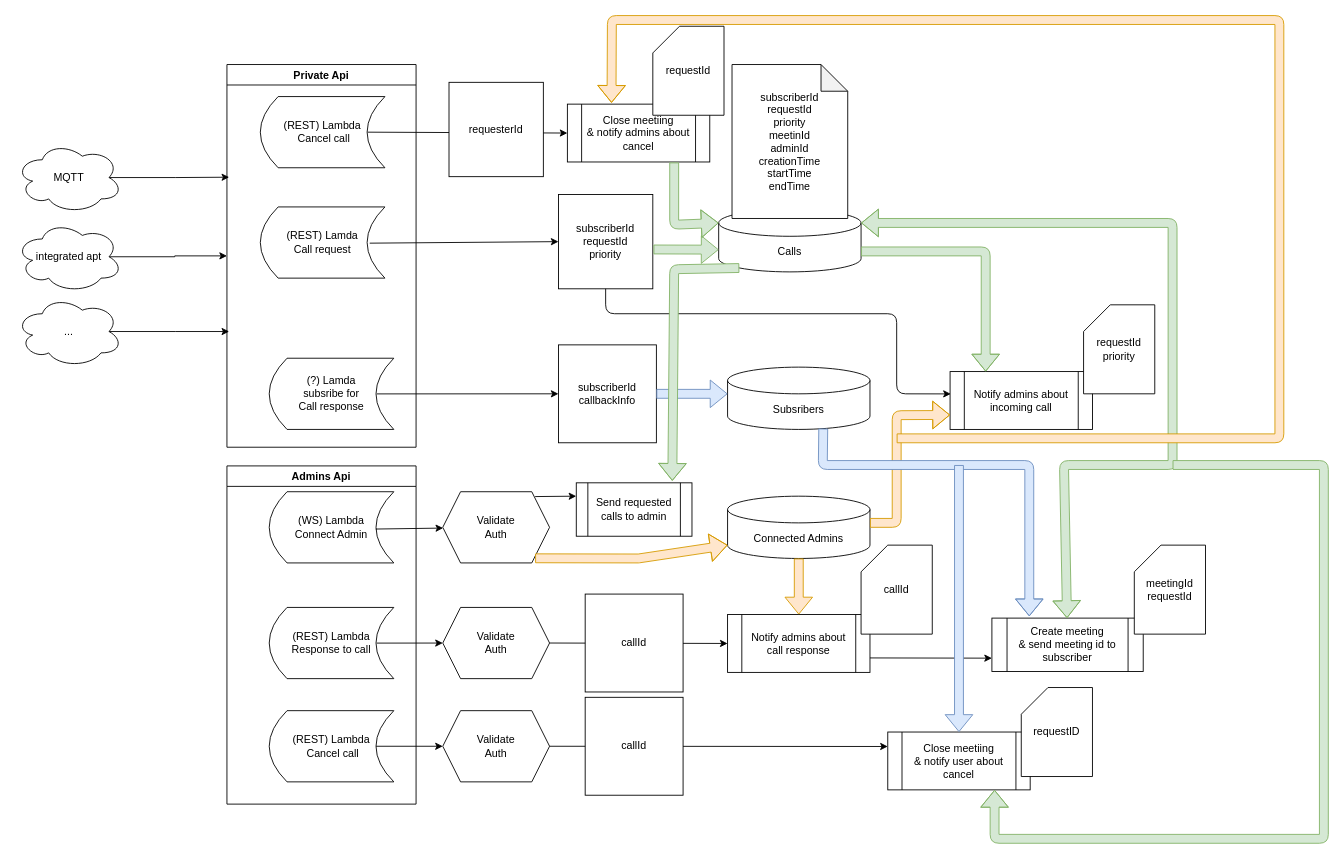
Earlier version of the draw.io diagram CallArchitecture.drawio (magistrser/drawio). Source tidied: cells renumbered, new cells numbered last; positions are measured from the earlier drawing's top-left corner, leaving out a move shared by most shapes. Both pictures are drawn from the tidied source at 89%, with x=0, y=0 at pixel (15, 20).
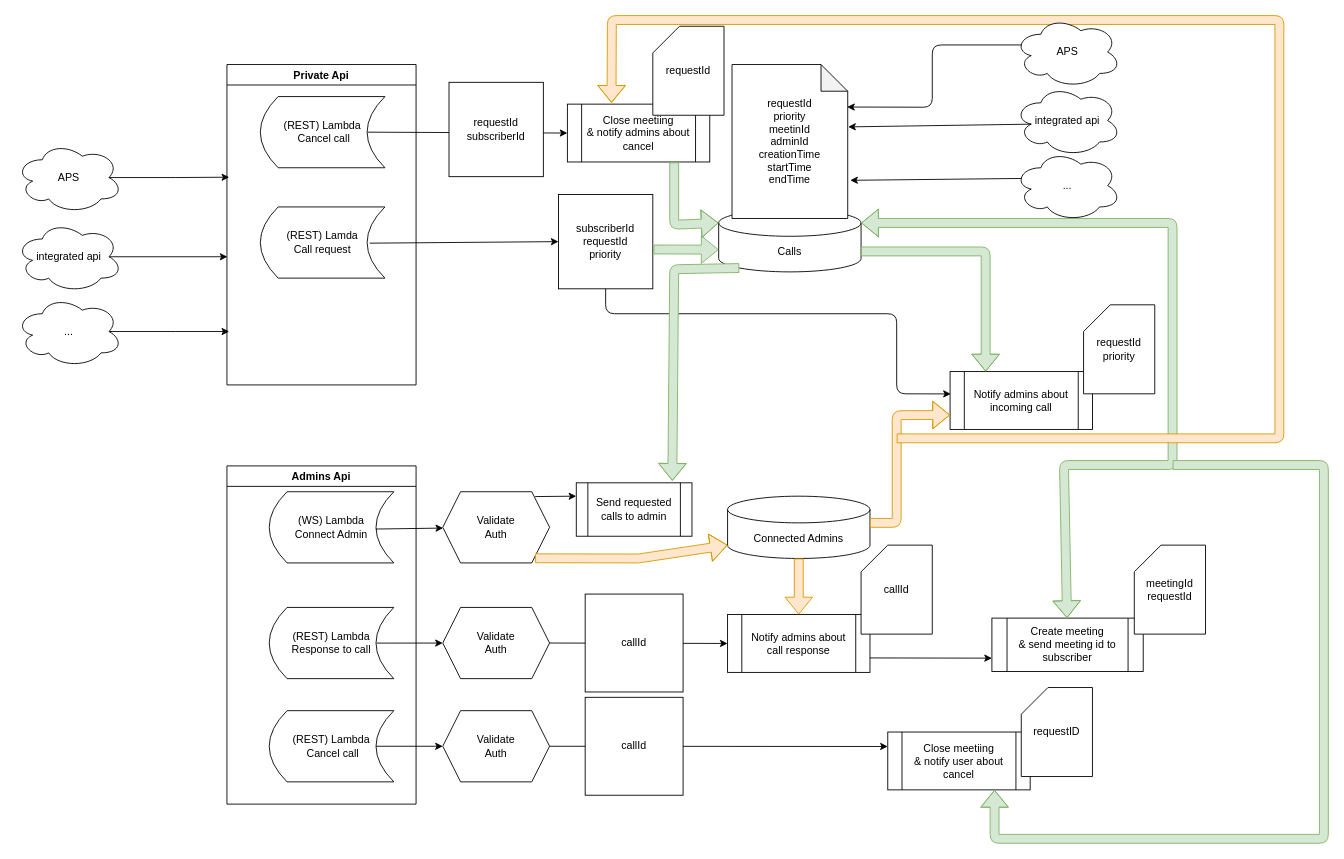
The same page after the edit.

The change refers to these unchanged cells:
```xml
<mxCell id="38" value="Close meetiing&lt;br&gt;&amp;amp; notify user about&lt;br&gt;cancel" style="shape=process;whiteSpace=wrap;html=1;backgroundOutline=1;fillColor=#ffffff;" parent="1" vertex="1">
  <mxGeometry x="980" y="800" width="160" height="65" as="geometry" />
</mxCell>
```

The edit, as a diff of the source:
```diff
@@
-    <mxCell id="3" value="Subsribers" style="shape=cylinder3;whiteSpace=wrap;html=1;boundedLbl=1;backgroundOutline=1;size=15;" parent="1" vertex="1">
-      <mxGeometry x="800" y="390" width="160" height="70" as="geometry" />
-    </mxCell>
@@
-    <mxCell id="6" value="(?) Lamda&lt;br&gt;subsribe for&lt;br&gt;Call response" style="shape=dataStorage;whiteSpace=wrap;html=1;fixedSize=1;" parent="1" vertex="1">
-      <mxGeometry x="285" y="380" width="140" height="80" as="geometry" />
-    </mxCell>
-    <mxCell id="7" value="subscriberId&lt;br&gt;callbackInfo" style="whiteSpace=wrap;html=1;" parent="1" vertex="1">
-      <mxGeometry x="610" y="365" width="110" height="110" as="geometry" />
-    </mxCell>
@@
     <mxCell id="10" value="Private Api" style="swimlane;" parent="1" vertex="1">
-      <mxGeometry x="237.5" y="50" width="212.5" height="430" as="geometry" />
+      <mxGeometry x="237.5" y="50" width="212.5" height="360" as="geometry" />
     </mxCell>
@@
-    <mxCell id="18" style="shape=flexArrow;endArrow=classic;html=1;exitX=1;exitY=0.5;exitDx=0;exitDy=0;fillColor=#dae8fc;strokeColor=#6c8ebf;" parent="1" edge="1" source="7">
-      <mxGeometry relative="1" as="geometry">
-        <mxPoint x="800" y="420" as="targetPoint" />
-      </mxGeometry>
-    </mxCell>
-    <mxCell id="19" style="endArrow=classic;html=1;exitX=0.863;exitY=0.501;exitDx=0;exitDy=0;exitPerimeter=0;entryX=0;entryY=0.5;entryDx=0;entryDy=0;" parent="1" edge="1" source="6" target="7">
-      <mxGeometry relative="1" as="geometry" />
-    </mxCell>
@@
-    <mxCell id="35" style="shape=flexArrow;endArrow=classic;html=1;exitX=0.678;exitY=0.985;exitDx=0;exitDy=0;exitPerimeter=0;fillColor=#dae8fc;strokeColor=#6c8ebf;" parent="1" edge="1">
-      <mxGeometry relative="1" as="geometry">
-        <mxPoint x="907.5" y="459" as="sourcePoint" />
-        <mxPoint x="1139" y="670" as="targetPoint" />
-        <Array as="points">
-          <mxPoint x="907" y="500" />
-          <mxPoint x="1139" y="500" />
-        </Array>
-      </mxGeometry>
-    </mxCell>
-    <mxCell id="36" value="subscriberId&lt;br&gt;requestId&lt;br&gt;priority&lt;br&gt;meetinId&lt;br&gt;adminId&lt;br&gt;creationTime&lt;br&gt;startTime&lt;br&gt;endTime" style="shape=note;whiteSpace=wrap;html=1;backgroundOutline=1;darkOpacity=0.05;fillColor=#ffffff;" parent="1" vertex="1">
+    <mxCell id="36" value="requestId&lt;br&gt;priority&lt;br&gt;meetinId&lt;br&gt;adminId&lt;br&gt;creationTime&lt;br&gt;startTime&lt;br&gt;endTime" style="shape=note;whiteSpace=wrap;html=1;backgroundOutline=1;darkOpacity=0.05;fillColor=#ffffff;" parent="1" vertex="1">
       <mxGeometry x="805" y="50" width="130" height="173" as="geometry" />
     </mxCell>
@@
-    <mxCell id="42" style="shape=flexArrow;endArrow=classic;html=1;entryX=0.5;entryY=0;entryDx=0;entryDy=0;fillColor=#dae8fc;strokeColor=#6c8ebf;" parent="1" edge="1" target="38">
-      <mxGeometry relative="1" as="geometry">
-        <mxPoint x="1060" y="500" as="sourcePoint" />
-      </mxGeometry>
-    </mxCell>
@@
-    <mxCell id="50" value="requesterId" style="whiteSpace=wrap;html=1;" parent="1" vertex="1">
+    <mxCell id="50" value="requestId&lt;br&gt;subscriberId" style="whiteSpace=wrap;html=1;" parent="1" vertex="1">
       <mxGeometry x="487" y="70" width="106" height="106" as="geometry" />
     </mxCell>
@@
-    <mxCell id="55" value="MQTT" style="ellipse;shape=cloud;whiteSpace=wrap;html=1;fillColor=#ffffff;" parent="1" vertex="1">
+    <mxCell id="55" value="APS" style="ellipse;shape=cloud;whiteSpace=wrap;html=1;fillColor=#ffffff;" parent="1" vertex="1">
       <mxGeometry y="137" width="120" height="80" as="geometry" />
     </mxCell>
-    <mxCell id="56" style="edgeStyle=orthogonalEdgeStyle;rounded=0;jettySize=auto;html=1;exitX=0.875;exitY=0.5;exitDx=0;exitDy=0;exitPerimeter=0;entryX=0;entryY=0.5;entryDx=0;entryDy=0;" parent="1" edge="1" source="57" target="10">
-      <mxGeometry relative="1" as="geometry" />
+    <mxCell id="56" style="edgeStyle=orthogonalEdgeStyle;rounded=0;jettySize=auto;html=1;exitX=0.875;exitY=0.5;exitDx=0;exitDy=0;exitPerimeter=0;" parent="1" edge="1" source="57">
+      <mxGeometry relative="1" as="geometry">
+        <mxPoint x="238" y="266" as="targetPoint" />
+      </mxGeometry>
     </mxCell>
-    <mxCell id="57" value="integrated apt" style="ellipse;shape=cloud;whiteSpace=wrap;html=1;fillColor=#ffffff;" parent="1" vertex="1">
+    <mxCell id="57" value="integrated api" style="ellipse;shape=cloud;whiteSpace=wrap;html=1;fillColor=#ffffff;" parent="1" vertex="1">
       <mxGeometry y="226" width="120" height="80" as="geometry" />
     </mxCell>
@@
+    <mxCell id="63" value="APS" style="ellipse;shape=cloud;whiteSpace=wrap;html=1;fillColor=#ffffff;" parent="1" vertex="1">
+      <mxGeometry x="1122" y="-4" width="120" height="80" as="geometry" />
+    </mxCell>
+    <mxCell id="64" value="integrated api" style="ellipse;shape=cloud;whiteSpace=wrap;html=1;fillColor=#ffffff;" parent="1" vertex="1">
+      <mxGeometry x="1122" y="73" width="120" height="80" as="geometry" />
+    </mxCell>
+    <mxCell id="65" value="..." style="ellipse;shape=cloud;whiteSpace=wrap;html=1;fillColor=#ffffff;" parent="1" vertex="1">
+      <mxGeometry x="1122" y="146" width="120" height="80" as="geometry" />
+    </mxCell>
+    <mxCell id="66" style="endArrow=classic;html=1;exitX=0.07;exitY=0.4;exitDx=0;exitDy=0;exitPerimeter=0;entryX=0.995;entryY=0.276;entryDx=0;entryDy=0;entryPerimeter=0;" parent="1" edge="1" source="63" target="36">
+      <mxGeometry relative="1" as="geometry">
+        <Array as="points">
+          <mxPoint x="1030" y="28" />
+          <mxPoint x="1030" y="98" />
+        </Array>
+      </mxGeometry>
+    </mxCell>
+    <mxCell id="67" style="endArrow=classic;html=1;exitX=0.16;exitY=0.55;exitDx=0;exitDy=0;exitPerimeter=0;entryX=1.004;entryY=0.405;entryDx=0;entryDy=0;entryPerimeter=0;" parent="1" edge="1" source="64" target="36">
+      <mxGeometry relative="1" as="geometry" />
+    </mxCell>
+    <mxCell id="68" style="endArrow=classic;html=1;exitX=0.07;exitY=0.4;exitDx=0;exitDy=0;exitPerimeter=0;entryX=1.022;entryY=0.752;entryDx=0;entryDy=0;entryPerimeter=0;" parent="1" edge="1" source="65" target="36">
+      <mxGeometry relative="1" as="geometry" />
+    </mxCell>
```
